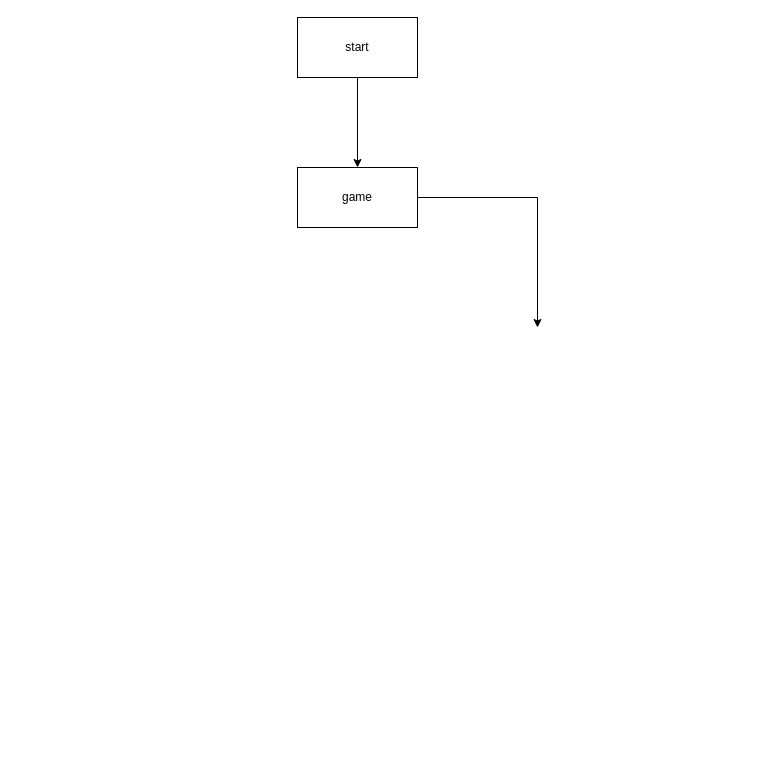
Above: img/Диаграмма без названия.drawio in Lavrost/JS-test2 (draw.io), before the change. Source tidied: cells renumbered, new cells numbered last; positions are measured from the earlier drawing's top-left corner, leaving out a move shared by most shapes. Both pictures are drawn from the tidied source at 100%, with x=0, y=0 at pixel (297, 17).
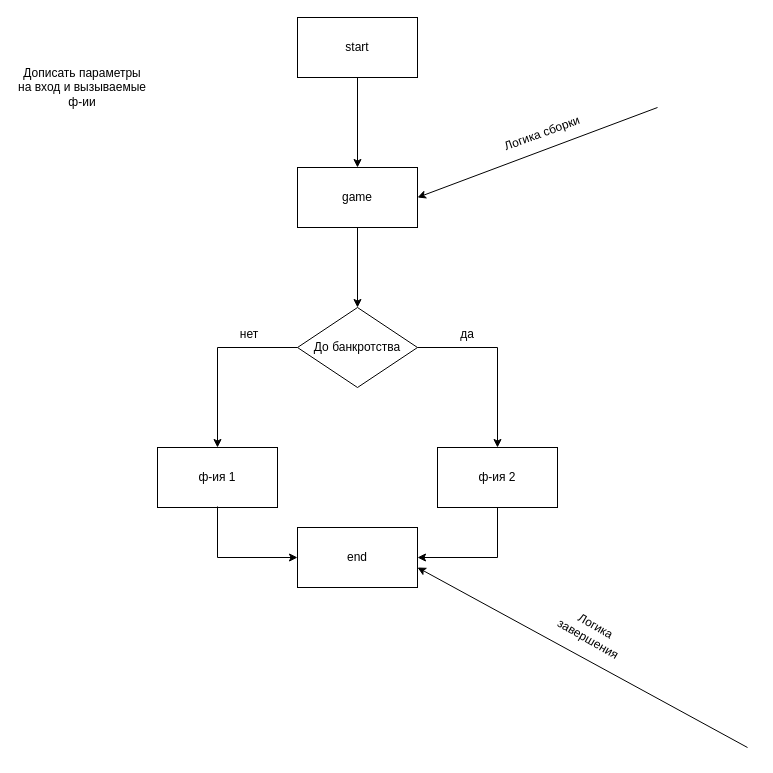
The same page after the edit.

The change refers to these unchanged cells:
```xml
<mxCell id="4" value="game" style="rounded=0;whiteSpace=wrap;html=1;" parent="1" vertex="1">
  <mxGeometry y="150" width="120" height="60" as="geometry" />
</mxCell>
```

The edit, as a diff of the source:
```diff
@@
-    <mxCell id="5" style="endArrow=classic;html=1;rounded=0;exitX=1;exitY=0.5;exitDx=0;exitDy=0;" parent="1" edge="1" source="4">
-      <mxGeometry relative="1" as="geometry">
-        <mxPoint x="240" y="310" as="targetPoint" />
-        <Array as="points">
-          <mxPoint x="240" y="180" />
-        </Array>
-      </mxGeometry>
-    </mxCell>
+    <mxCell id="6" style="endArrow=classic;html=1;rounded=0;exitX=0.5;exitY=1;exitDx=0;exitDy=0;" parent="1" edge="1" source="4">
+      <mxGeometry relative="1" as="geometry">
+        <mxPoint x="60" y="290" as="targetPoint" />
+      </mxGeometry>
+    </mxCell>
+    <mxCell id="7" value="&lt;font style=&quot;font-size: 12px;&quot;&gt;До банкротства&lt;/font&gt;" style="rhombus;whiteSpace=wrap;html=1;" parent="1" vertex="1">
+      <mxGeometry y="290" width="120" height="80" as="geometry" />
+    </mxCell>
+    <mxCell id="8" style="endArrow=classic;html=1;rounded=0;fontSize=12;exitX=0;exitY=0.5;exitDx=0;exitDy=0;" parent="1" edge="1" source="7">
+      <mxGeometry relative="1" as="geometry">
+        <mxPoint x="-80" y="430" as="targetPoint" />
+        <Array as="points">
+          <mxPoint x="-80" y="330" />
+        </Array>
+      </mxGeometry>
+    </mxCell>
+    <mxCell id="9" value="да" style="text;html=1;strokeColor=none;fillColor=none;align=center;verticalAlign=middle;whiteSpace=wrap;rounded=0;fontSize=12;" parent="1" vertex="1">
+      <mxGeometry x="140" y="302" width="60" height="30" as="geometry" />
+    </mxCell>
+    <mxCell id="10" value="нет" style="text;html=1;strokeColor=none;fillColor=none;align=center;verticalAlign=middle;whiteSpace=wrap;rounded=0;fontSize=12;" parent="1" vertex="1">
+      <mxGeometry x="-78" y="302" width="60" height="30" as="geometry" />
+    </mxCell>
+    <mxCell id="11" style="endArrow=classic;html=1;rounded=0;fontSize=12;exitX=1;exitY=0.5;exitDx=0;exitDy=0;" parent="1" edge="1" source="7">
+      <mxGeometry relative="1" as="geometry">
+        <mxPoint x="200" y="430" as="targetPoint" />
+        <Array as="points">
+          <mxPoint x="200" y="330" />
+        </Array>
+      </mxGeometry>
+    </mxCell>
+    <mxCell id="12" value="ф-ия 1" style="rounded=0;whiteSpace=wrap;html=1;fontSize=12;" parent="1" vertex="1">
+      <mxGeometry x="-140" y="430" width="120" height="60" as="geometry" />
+    </mxCell>
+    <mxCell id="13" value="ф-ия 2" style="rounded=0;whiteSpace=wrap;html=1;fontSize=12;" parent="1" vertex="1">
+      <mxGeometry x="140" y="430" width="120" height="60" as="geometry" />
+    </mxCell>
+    <mxCell id="14" style="endArrow=classic;html=1;rounded=0;fontSize=12;entryX=1;entryY=0.5;entryDx=0;entryDy=0;" parent="1" edge="1" target="4">
+      <mxGeometry relative="1" as="geometry">
+        <mxPoint x="360" y="90" as="sourcePoint" />
+      </mxGeometry>
+    </mxCell>
+    <mxCell id="15" value="Логика сборки" style="text;html=1;strokeColor=none;fillColor=none;align=center;verticalAlign=middle;whiteSpace=wrap;rounded=0;fontSize=12;rotation=-20;" parent="1" vertex="1">
+      <mxGeometry x="200" y="101" width="90" height="30" as="geometry" />
+    </mxCell>
+    <mxCell id="16" style="endArrow=classic;html=1;rounded=0;fontSize=12;exitX=0.5;exitY=1;exitDx=0;exitDy=0;entryX=0;entryY=0.5;entryDx=0;entryDy=0;" parent="1" edge="1" target="17">
+      <mxGeometry relative="1" as="geometry">
+        <mxPoint x="-80" y="489" as="sourcePoint" />
+        <Array as="points">
+          <mxPoint x="-80" y="540" />
+        </Array>
+      </mxGeometry>
+    </mxCell>
+    <mxCell id="17" value="end" style="rounded=0;whiteSpace=wrap;html=1;fontSize=12;" parent="1" vertex="1">
+      <mxGeometry y="510" width="120" height="60" as="geometry" />
+    </mxCell>
+    <mxCell id="18" style="endArrow=classic;html=1;rounded=0;fontSize=12;exitX=0.5;exitY=1;exitDx=0;exitDy=0;entryX=1;entryY=0.5;entryDx=0;entryDy=0;entryPerimeter=0;" parent="1" edge="1" source="13" target="17">
+      <mxGeometry relative="1" as="geometry">
+        <Array as="points">
+          <mxPoint x="200" y="540" />
+        </Array>
+      </mxGeometry>
+    </mxCell>
+    <mxCell id="19" style="endArrow=classic;html=1;rounded=0;fontSize=12;" parent="1" edge="1">
+      <mxGeometry relative="1" as="geometry">
+        <mxPoint x="450" y="730" as="sourcePoint" />
+        <mxPoint x="120" y="550" as="targetPoint" />
+      </mxGeometry>
+    </mxCell>
+    <mxCell id="20" value="Логика завершения" style="text;html=1;strokeColor=none;fillColor=none;align=center;verticalAlign=middle;whiteSpace=wrap;rounded=0;fontSize=12;rotation=30;" parent="1" vertex="1">
+      <mxGeometry x="250" y="600" width="90" height="30" as="geometry" />
+    </mxCell>
+    <mxCell id="21" value="Дописать параметры на вход и вызываемые ф-ии" style="text;html=1;strokeColor=none;fillColor=none;align=center;verticalAlign=middle;whiteSpace=wrap;rounded=0;fontSize=12;" parent="1" vertex="1">
+      <mxGeometry x="-280" y="40" width="130" height="60" as="geometry" />
+    </mxCell>
```
